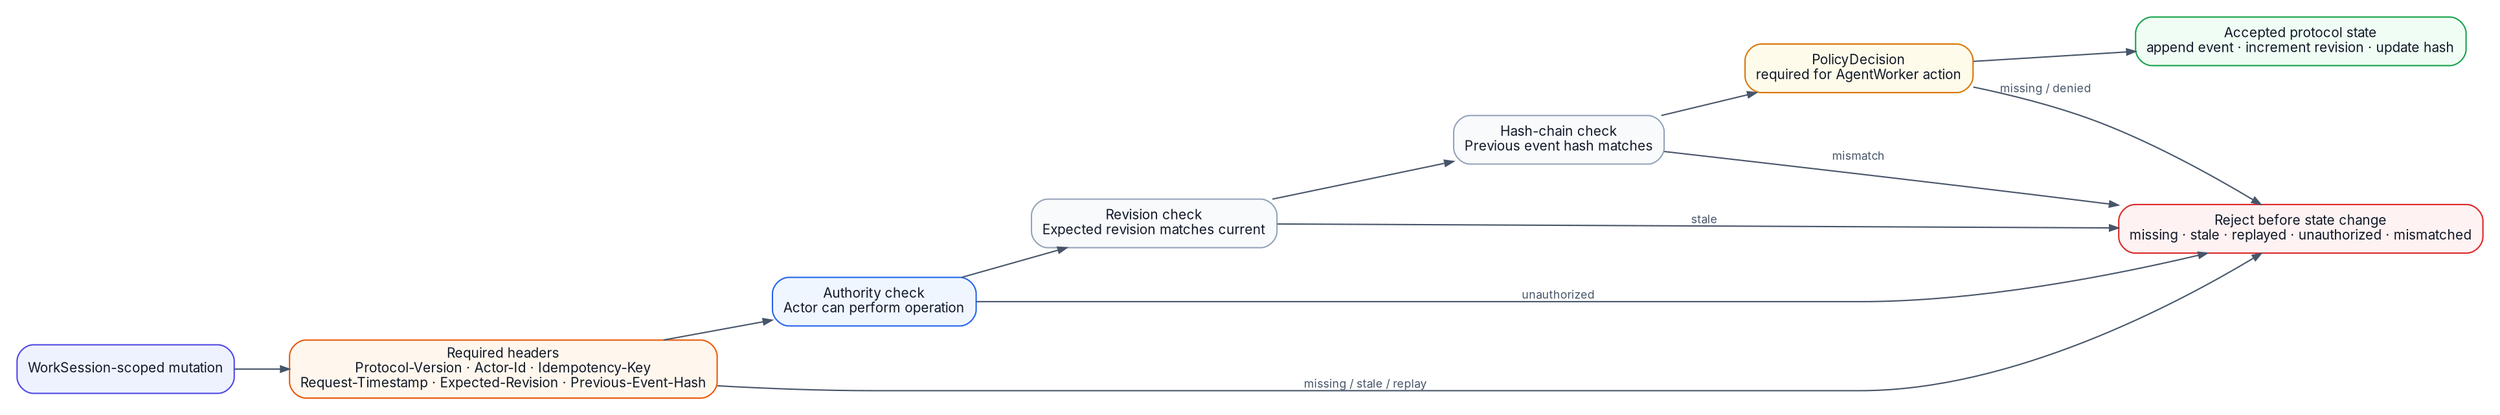
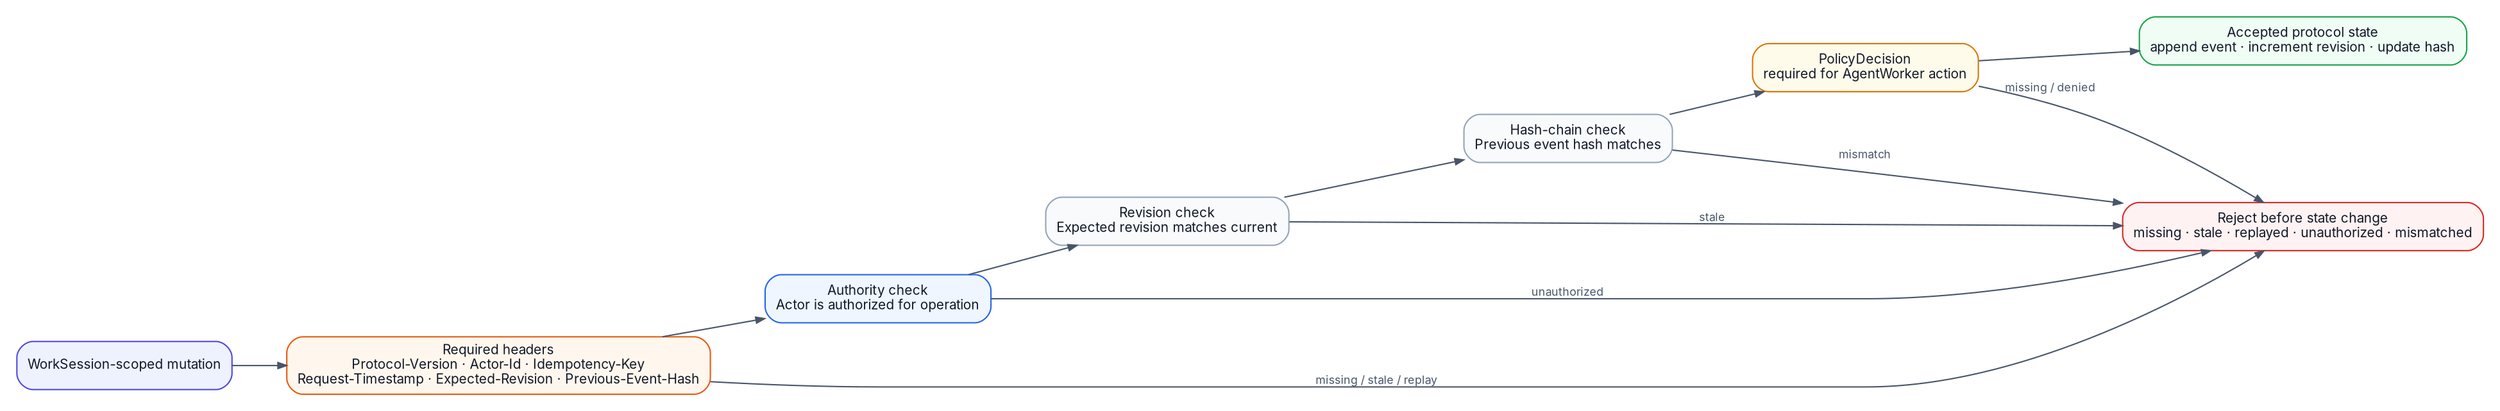
digraph G {
  graph [rankdir=LR, bgcolor="white", margin=0.12, nodesep=0.36, ranksep=0.55];
  node [shape=box, style="rounded,filled", fontname="Inter", fontsize=10, color="#94a3b8", fillcolor="#f8fafc", fontcolor="#111827", margin="0.11,0.07"];
  edge [fontname="Inter", fontsize=8.5, color="#475569", fontcolor="#475569", arrowsize=0.65];

  mutation [label="WorkSession-scoped mutation", fillcolor="#eef2ff", color="#4f46e5"];
  headers [label="Required headers\nProtocol-Version · Actor-Id · Idempotency-Key\nRequest-Timestamp · Expected-Revision · Previous-Event-Hash", fillcolor="#fff7ed", color="#ea580c"];
-   auth [label="Authority check\nActor can perform operation", fillcolor="#eff6ff", color="#2563eb"];
+   auth [label="Authority check\nActor is authorized for operation", fillcolor="#eff6ff", color="#2563eb"];
  revision [label="Revision check\nExpected revision matches current", fillcolor="#f8fafc"];
  hash [label="Hash-chain check\nPrevious event hash matches", fillcolor="#f8fafc"];
  policy [label="PolicyDecision\nrequired for AgentWorker action", fillcolor="#fffbeb", color="#d97706"];
  accept [label="Accepted protocol state\nappend event · increment revision · update hash", fillcolor="#f0fdf4", color="#16a34a"];
  reject [label="Reject before state change\nmissing · stale · replayed · unauthorized · mismatched", fillcolor="#fef2f2", color="#dc2626"];

  mutation -> headers -> auth -> revision -> hash -> policy -> accept;
  headers -> reject [label="missing / stale / replay"];
  auth -> reject [label="unauthorized"];
  revision -> reject [label="stale"];
  hash -> reject [label="mismatch"];
  policy -> reject [label="missing / denied"];
}
